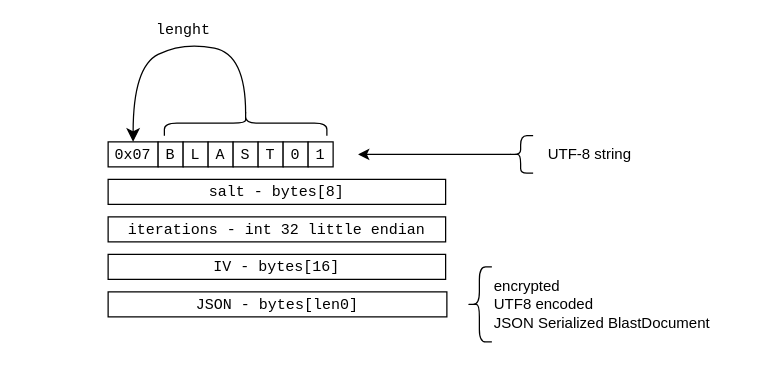
Before: docs/blast-file-format.drawio in nicolgit/blast, a draw.io diagram. Source tidied: cells renumbered, new cells numbered last; positions are measured from the earlier drawing's top-left corner, leaving out a move shared by most shapes. Both pictures are drawn from the tidied source at 125%, with x=0, y=0 at pixel (108, 41).
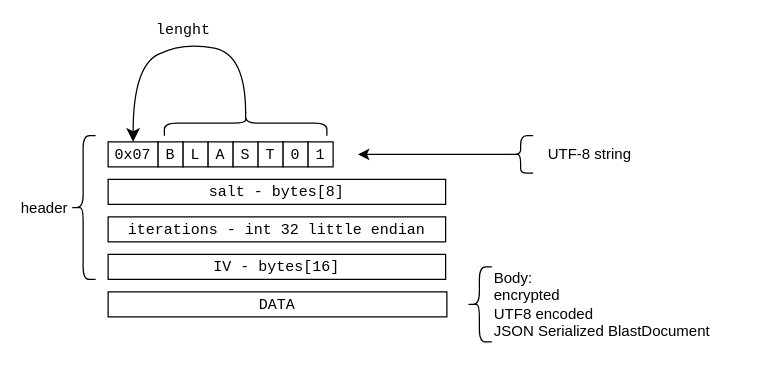
The same page after the edit.

The edit, as a diff of the source:
```diff
@@
-    <mxCell id="6" value="&lt;font face=&quot;Courier New&quot;&gt;JSON - bytes[len0]&lt;/font&gt;" style="rounded=0;whiteSpace=wrap;html=1;align=center;" parent="1" vertex="1">
+    <mxCell id="6" value="&lt;font face=&quot;Courier New&quot;&gt;DATA&lt;/font&gt;" style="rounded=0;whiteSpace=wrap;html=1;align=center;" parent="1" vertex="1">
       <mxGeometry y="200" width="271" height="20" as="geometry" />
     </mxCell>
@@
-    <mxCell id="8" value="encrypted &lt;br&gt;UTF8 encoded &lt;br&gt;&lt;div style=&quot;&quot;&gt;&lt;span style=&quot;background-color: initial;&quot;&gt;JSON Serialized BlastDocument&lt;/span&gt;&lt;/div&gt;" style="text;html=1;align=left;verticalAlign=middle;strokeColor=none;fillColor=none;" parent="1" vertex="1">
-      <mxGeometry x="307" y="180" width="200" height="60" as="geometry" />
+    <mxCell id="8" value="&lt;div&gt;Body:&amp;nbsp;&lt;/div&gt;encrypted &lt;br&gt;UTF8 encoded &lt;br&gt;&lt;div style=&quot;&quot;&gt;&lt;span style=&quot;background-color: initial;&quot;&gt;JSON Serialized BlastDocument&lt;/span&gt;&lt;/div&gt;" style="text;html=1;align=left;verticalAlign=middle;strokeColor=none;fillColor=none;" parent="1" vertex="1">
+      <mxGeometry x="307" y="175" width="200" height="70" as="geometry" />
     </mxCell>
@@
+    <mxCell id="22" value="header" style="shape=curlyBracket;whiteSpace=wrap;html=1;rounded=1;labelPosition=left;verticalLabelPosition=middle;align=right;verticalAlign=middle;size=0.5;rotation=0;" parent="1" vertex="1">
+      <mxGeometry x="-30" y="75" width="20" height="115" as="geometry" />
+    </mxCell>
```
